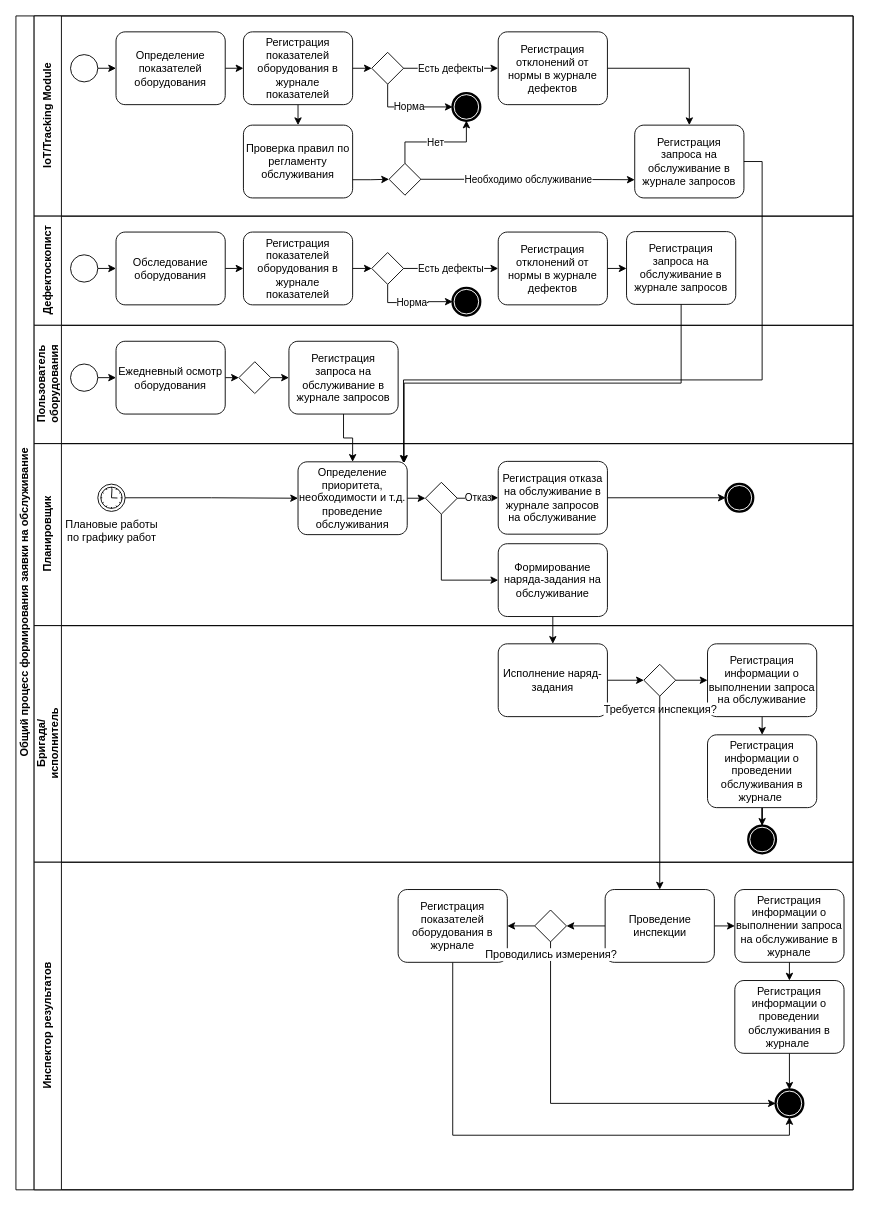
Above: page "Создан.НЗ" (1 of 2) of maint/Рабочее задание. Процессы.drawio in tvolodi-ab/ASCOA (draw.io), before the change. Source tidied: cells renumbered, new cells numbered last; positions are measured from the earlier drawing's top-left corner, leaving out a move shared by most shapes. Both pictures are drawn from the tidied source at 91%, with x=0, y=0 at pixel (15, 15).
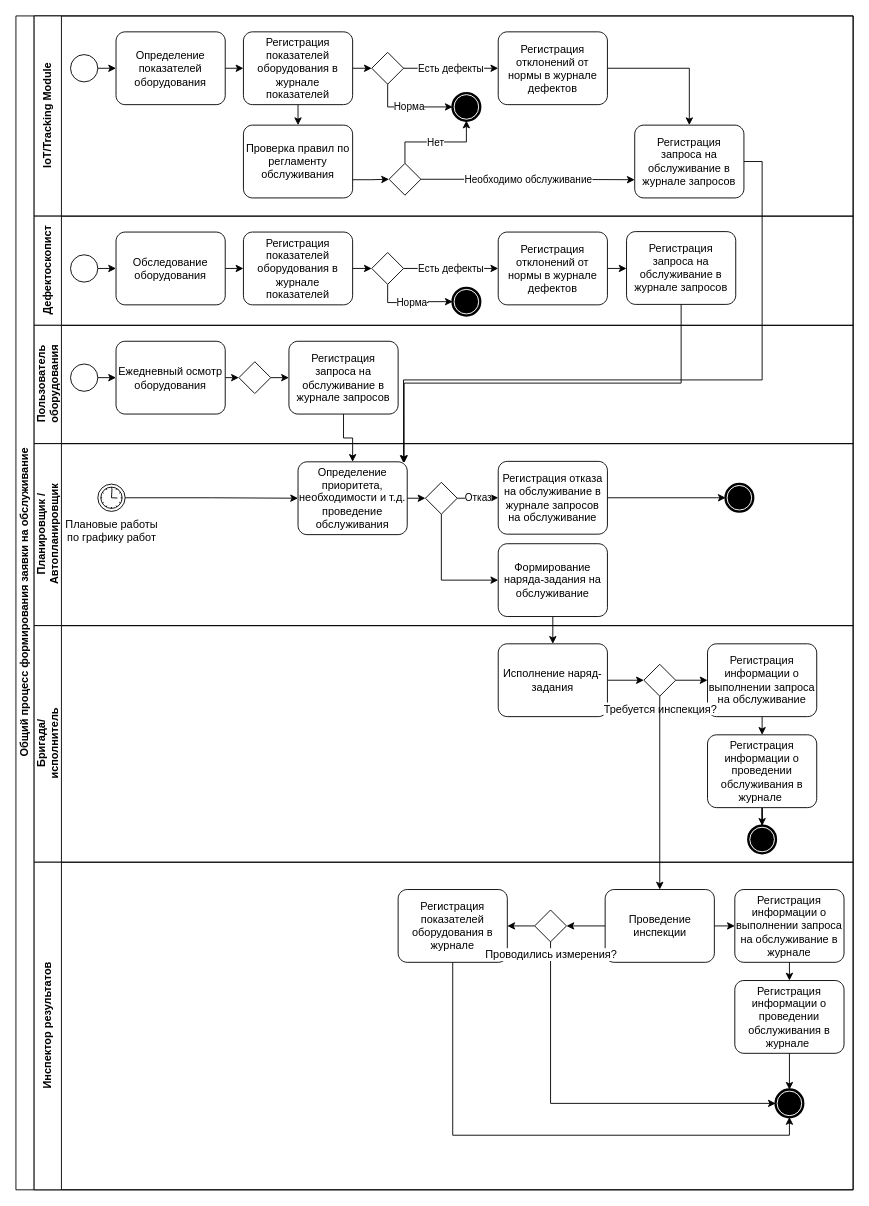
Above is the later version.

Unchanged cells that the change refers to:
```xml
<mxCell id="2" value="Общий процесс формирования заявки на обслуживание" style="swimlane;html=1;horizontal=0;startSize=20;" parent="1" vertex="1">
  <mxGeometry width="920" height="1290" as="geometry" />
</mxCell>
```

The edit, as a diff of the source:
```diff
@@
-    <mxCell id="49" value="Планировщик" style="swimlane;html=1;startSize=30;horizontal=0;" parent="2" vertex="1">
+    <mxCell id="49" value="Планировщик / &lt;br&gt;Автопланировщик" style="swimlane;html=1;startSize=30;horizontal=0;" parent="2" vertex="1">
       <mxGeometry x="20" y="470" width="900" height="200" as="geometry" />
     </mxCell>
```
